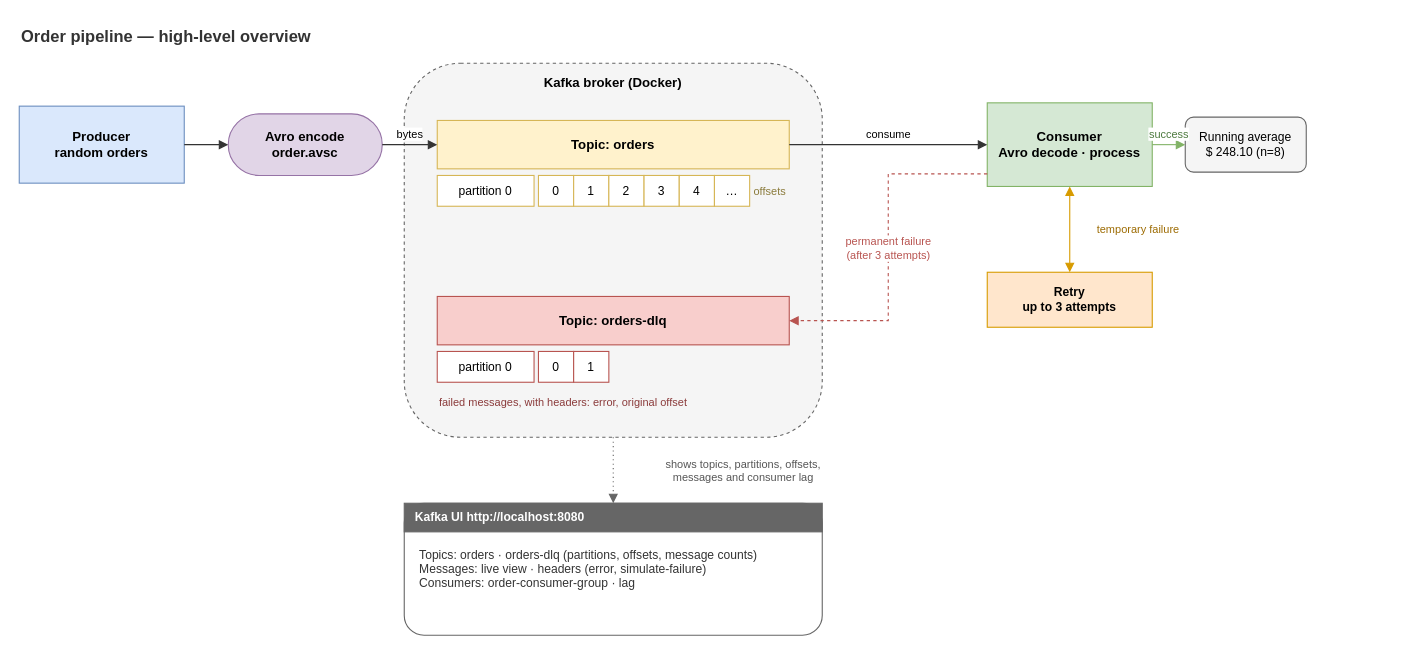
Above: docs/diagrams/07-high-level-overview.drawio in ShamilKaleel/kafka-assessment-02 (draw.io), before the change. Source tidied: cells renumbered, new cells numbered last; positions are measured from the earlier drawing's top-left corner, leaving out a move shared by most shapes. Both pictures are drawn from the tidied source at 110%, with x=0, y=0 at pixel (19, 19).
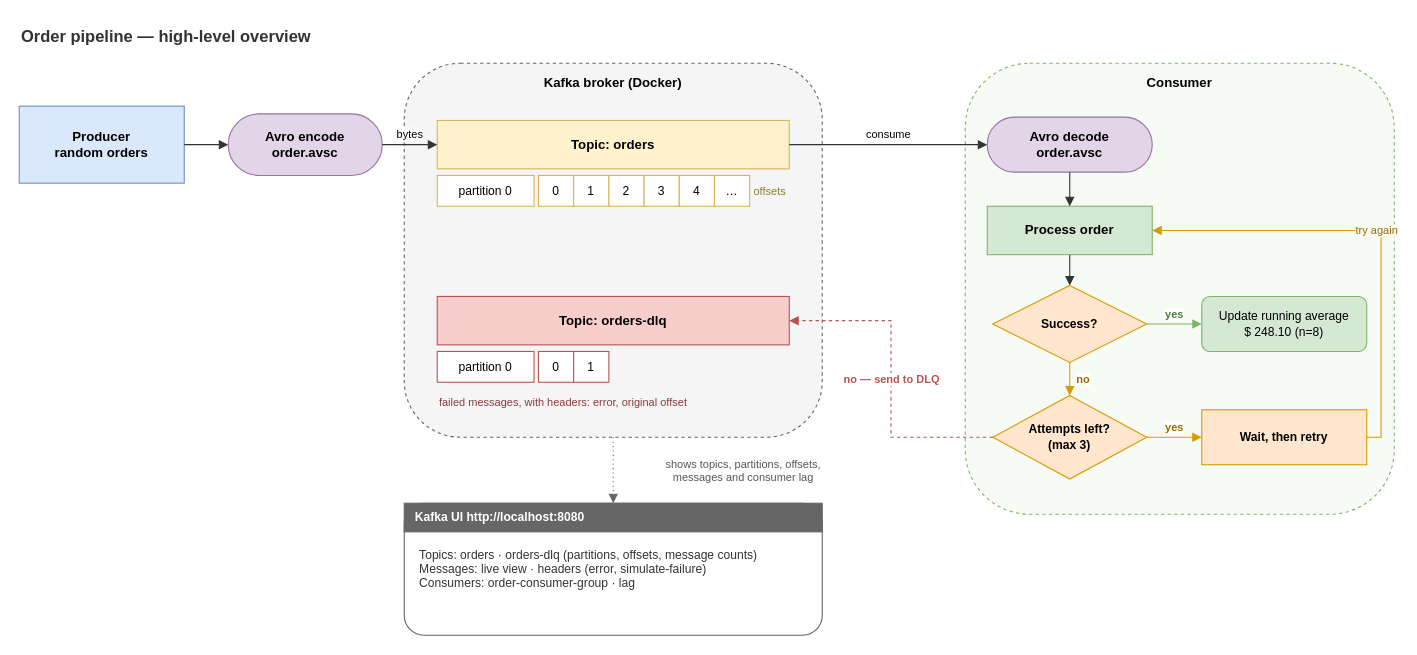
The same page after the edit.

Commit message:
Show retry as a decision flow in the overview diagram

Unchanged cells that the change refers to:
```xml
<mxCell id="5" value="Kafka broker (Docker)" style="rounded=1;whiteSpace=wrap;html=1;fillColor=#f5f5f5;strokeColor=#666666;dashed=1;verticalAlign=top;fontStyle=1;fontSize=12;spacingTop=4;" parent="1" vertex="1">
  <mxGeometry x="350" y="40" width="380" height="340" as="geometry" />
</mxCell>
<mxCell id="6" value="Topic: orders" style="rounded=0;whiteSpace=wrap;html=1;fillColor=#fff2cc;strokeColor=#d6b656;fontSize=12;fontStyle=1;" parent="1" vertex="1">
  <mxGeometry x="380" y="92" width="320" height="44" as="geometry" />
</mxCell>
<mxCell id="15" value="Topic: orders-dlq" style="rounded=0;whiteSpace=wrap;html=1;fillColor=#f8cecc;strokeColor=#b85450;fontSize=12;fontStyle=1;" parent="1" vertex="1">
  <mxGeometry x="380" y="252" width="320" height="44" as="geometry" />
</mxCell>
<mxCell id="23" style="rounded=1;whiteSpace=wrap;html=1;fillColor=#ffffff;strokeColor=#666666;" parent="1" vertex="1">
  <mxGeometry x="350" y="440" width="380" height="120" as="geometry" />
</mxCell>
```

The edit, as a diff of the source:
```diff
@@
-    <mxCell id="20" value="Consumer&#10;Avro decode · process" style="rounded=0;whiteSpace=wrap;html=1;fillColor=#d5e8d4;strokeColor=#82b366;fontSize=12;fontStyle=1;" parent="1" vertex="1">
-      <mxGeometry x="880" y="76" width="150" height="76" as="geometry" />
+    <mxCell id="20" value="Consumer" style="rounded=1;whiteSpace=wrap;html=1;fillColor=#f7fbf6;strokeColor=#82b366;dashed=1;verticalAlign=top;fontStyle=1;fontSize=12;spacingTop=4;" parent="1" vertex="1">
+      <mxGeometry x="860" y="40" width="390" height="410" as="geometry" />
     </mxCell>
+    <mxCell id="33" value="Avro decode&#10;order.avsc" style="rounded=1;arcSize=50;whiteSpace=wrap;html=1;fillColor=#e1d5e7;strokeColor=#9673a6;fontSize=12;fontStyle=1;" parent="1" vertex="1">
+      <mxGeometry x="880" y="89" width="150" height="50" as="geometry" />
+    </mxCell>
+    <mxCell id="34" value="Process order" style="rounded=0;whiteSpace=wrap;html=1;fillColor=#d5e8d4;strokeColor=#82b366;fontSize=12;fontStyle=1;" parent="1" vertex="1">
+      <mxGeometry x="880" y="170" width="150" height="44" as="geometry" />
+    </mxCell>
+    <mxCell id="35" value="Success?" style="rhombus;whiteSpace=wrap;html=1;fillColor=#ffe6cc;strokeColor=#d79b00;fontSize=11;fontStyle=1;" parent="1" vertex="1">
+      <mxGeometry x="885" y="242" width="140" height="70" as="geometry" />
+    </mxCell>
-    <mxCell id="21" value="Running average&#10;$ 248.10 (n=8)" style="rounded=1;whiteSpace=wrap;html=1;fillColor=#f5f5f5;strokeColor=#666666;fontSize=11;" parent="1" vertex="1">
-      <mxGeometry x="1060" y="89" width="110" height="50" as="geometry" />
+    <mxCell id="21" value="Update running average&#10;$ 248.10 (n=8)" style="rounded=1;whiteSpace=wrap;html=1;fillColor=#d5e8d4;strokeColor=#82b366;fontSize=11;" parent="1" vertex="1">
+      <mxGeometry x="1075" y="252" width="150" height="50" as="geometry" />
     </mxCell>
-    <mxCell id="22" value="Retry&#10;up to 3 attempts" style="rounded=0;whiteSpace=wrap;html=1;fillColor=#ffe6cc;strokeColor=#d79b00;fontSize=11;fontStyle=1;" parent="1" vertex="1">
-      <mxGeometry x="880" y="230" width="150" height="50" as="geometry" />
-    </mxCell>
+    <mxCell id="36" value="Attempts left?&#10;(max 3)" style="rhombus;whiteSpace=wrap;html=1;fillColor=#ffe6cc;strokeColor=#d79b00;fontSize=11;fontStyle=1;" parent="1" vertex="1">
+      <mxGeometry x="885" y="342" width="140" height="76" as="geometry" />
+    </mxCell>
+    <mxCell id="37" value="Wait, then retry" style="rounded=0;whiteSpace=wrap;html=1;fillColor=#ffe6cc;strokeColor=#d79b00;fontSize=11;fontStyle=1;" parent="1" vertex="1">
+      <mxGeometry x="1075" y="355" width="150" height="50" as="geometry" />
+    </mxCell>
@@
-    <mxCell id="28" value="consume" style="edgeStyle=orthogonalEdgeStyle;rounded=0;html=1;endArrow=block;strokeColor=#333333;fontSize=10;exitX=1;exitY=0.5;entryX=0;entryY=0.5;" parent="1" edge="1" source="6" target="20">
+    <mxCell id="28" value="consume" style="edgeStyle=orthogonalEdgeStyle;rounded=0;html=1;endArrow=block;strokeColor=#333333;fontSize=10;exitX=1;exitY=0.5;entryX=0;entryY=0.5;" parent="1" edge="1" source="6" target="33">
       <mxGeometry relative="1" as="geometry">
         <mxPoint y="-10" as="offset" />
       </mxGeometry>
     </mxCell>
-    <mxCell id="29" value="success" style="edgeStyle=orthogonalEdgeStyle;rounded=0;html=1;endArrow=block;strokeColor=#82b366;fontColor=#4d7a3f;fontSize=10;exitX=1;exitY=0.5;entryX=0;entryY=0.5;" parent="1" edge="1" source="20" target="21">
-      <mxGeometry relative="1" as="geometry">
-        <mxPoint y="-10" as="offset" />
-      </mxGeometry>
+    <mxCell id="29" style="edgeStyle=orthogonalEdgeStyle;rounded=0;html=1;endArrow=block;strokeColor=#333333;exitX=0.5;exitY=1;entryX=0.5;entryY=0;" parent="1" edge="1" source="33" target="34">
+      <mxGeometry relative="1" as="geometry" />
     </mxCell>
-    <mxCell id="30" value="temporary failure" style="edgeStyle=orthogonalEdgeStyle;rounded=0;html=1;startArrow=block;endArrow=block;strokeColor=#d79b00;fontColor=#9c6a00;fontSize=10;exitX=0.5;exitY=1;entryX=0.5;entryY=0;" parent="1" edge="1" source="20" target="22">
-      <mxGeometry relative="1" as="geometry">
-        <mxPoint x="62" as="offset" />
-      </mxGeometry>
+    <mxCell id="30" style="edgeStyle=orthogonalEdgeStyle;rounded=0;html=1;endArrow=block;strokeColor=#333333;exitX=0.5;exitY=1;entryX=0.5;entryY=0;" parent="1" edge="1" source="34" target="35">
+      <mxGeometry relative="1" as="geometry" />
     </mxCell>
-    <mxCell id="31" value="permanent failure&#10;(after 3 attempts)" style="edgeStyle=orthogonalEdgeStyle;rounded=0;html=1;endArrow=block;dashed=1;strokeColor=#b85450;fontColor=#b85450;fontSize=10;labelBackgroundColor=#ffffff;exitX=0;exitY=0.85;entryX=1;entryY=0.5;" parent="1" edge="1" source="20" target="15">
-      <mxGeometry relative="1" as="geometry" />
+    <mxCell id="31" value="yes" style="edgeStyle=orthogonalEdgeStyle;rounded=0;html=1;endArrow=block;strokeColor=#82b366;fontColor=#4d7a3f;fontSize=10;fontStyle=1;exitX=1;exitY=0.5;entryX=0;entryY=0.5;" parent="1" edge="1" source="35" target="21">
+      <mxGeometry relative="1" as="geometry">
+        <mxPoint y="-9" as="offset" />
+      </mxGeometry>
     </mxCell>
-    <mxCell id="32" value="shows topics, partitions, offsets,&#10;messages and consumer lag" style="edgeStyle=orthogonalEdgeStyle;rounded=0;html=1;endArrow=block;dashed=1;dashPattern=1 3;strokeColor=#666666;fontColor=#555555;fontSize=10;exitX=0.5;exitY=1;entryX=0.5;entryY=0;" parent="1" edge="1" source="5" target="23">
+    <mxCell id="32" value="no" style="edgeStyle=orthogonalEdgeStyle;rounded=0;html=1;endArrow=block;strokeColor=#d79b00;fontColor=#9c6a00;fontSize=10;fontStyle=1;exitX=0.5;exitY=1;entryX=0.5;entryY=0;" parent="1" edge="1" source="35" target="36">
       <mxGeometry relative="1" as="geometry">
-        <mxPoint x="118" as="offset" />
+        <mxPoint x="12" as="offset" />
       </mxGeometry>
     </mxCell>
+    <mxCell id="38" value="yes" style="edgeStyle=orthogonalEdgeStyle;rounded=0;html=1;endArrow=block;strokeColor=#d79b00;fontColor=#9c6a00;fontSize=10;fontStyle=1;exitX=1;exitY=0.5;entryX=0;entryY=0.5;" parent="1" edge="1" source="36" target="37">
+      <mxGeometry relative="1" as="geometry">
+        <mxPoint y="-9" as="offset" />
+      </mxGeometry>
+    </mxCell>
+    <mxCell id="39" value="try again" style="edgeStyle=orthogonalEdgeStyle;rounded=0;html=1;endArrow=block;strokeColor=#d79b00;fontColor=#9c6a00;fontSize=10;exitX=1;exitY=0.5;entryX=1;entryY=0.5;labelBackgroundColor=#f7fbf6;" parent="1" edge="1" source="37" target="34">
+      <mxGeometry relative="1" as="geometry">
+        <Array as="points">
+          <mxPoint x="1238" y="380" />
+          <mxPoint x="1238" y="192" />
+        </Array>
+      </mxGeometry>
+    </mxCell>
+    <mxCell id="40" value="no — send to DLQ" style="edgeStyle=orthogonalEdgeStyle;rounded=0;html=1;endArrow=block;dashed=1;strokeColor=#b85450;fontColor=#b85450;fontSize=10;fontStyle=1;labelBackgroundColor=#ffffff;exitX=0;exitY=0.5;entryX=1;entryY=0.5;" parent="1" edge="1" source="36" target="15">
+      <mxGeometry relative="1" as="geometry" />
+    </mxCell>
+    <mxCell id="41" value="shows topics, partitions, offsets,&#10;messages and consumer lag" style="edgeStyle=orthogonalEdgeStyle;rounded=0;html=1;endArrow=block;dashed=1;dashPattern=1 3;strokeColor=#666666;fontColor=#555555;fontSize=10;exitX=0.5;exitY=1;entryX=0.5;entryY=0;" parent="1" edge="1" source="5" target="23">
+      <mxGeometry relative="1" as="geometry">
+        <mxPoint x="118" as="offset" />
+      </mxGeometry>
+    </mxCell>
```
